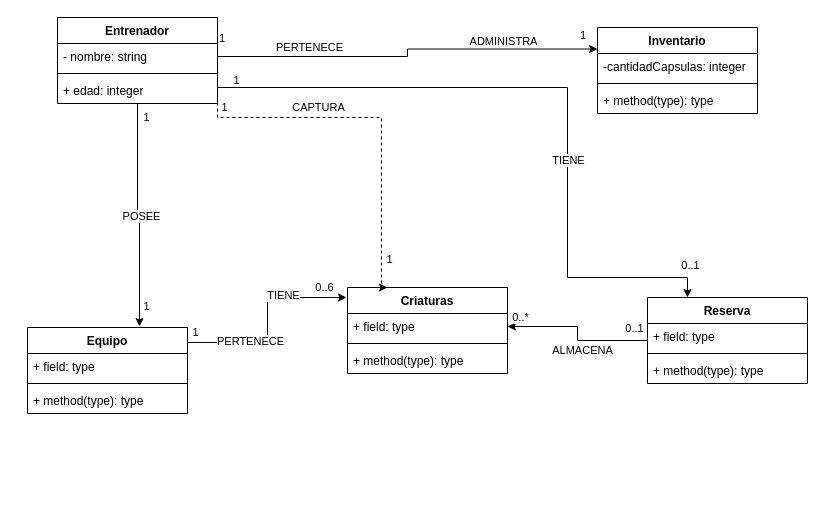
Earlier version of the draw.io diagram Doc/Diagrama Entrenador.drawio (patviez/poos-p13c3-VieraPatricio). Source tidied: cells renumbered, new cells numbered last; positions are measured from the earlier drawing's top-left corner, leaving out a move shared by most shapes. Both pictures are drawn from the tidied source at 100%, with x=0, y=0 at pixel (27, 17).
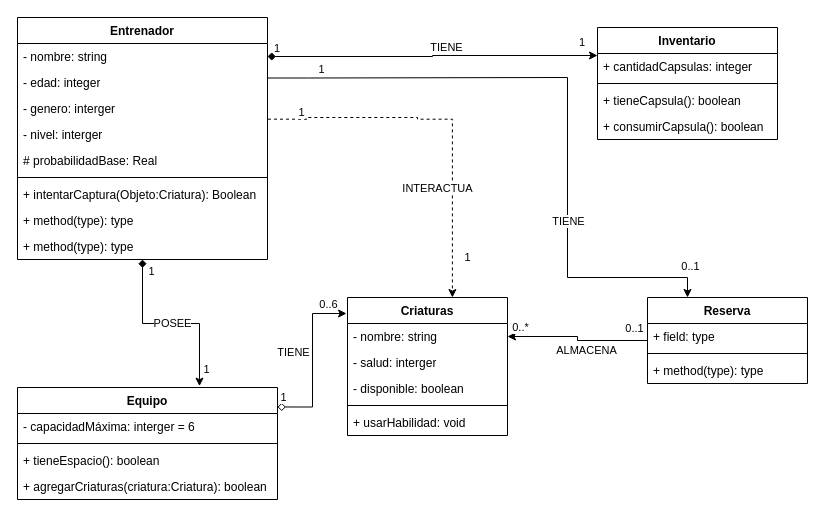
After the change.

Commit message:
subiendo diagrama draw

Unchanged cells that the change refers to:
```xml
<mxCell id="22" value="Reserva" style="swimlane;fontStyle=1;align=center;verticalAlign=top;horizontal=1;startSize=26;whiteSpace=wrap;html=1;" parent="1" vertex="1">
  <mxGeometry x="620" y="280" width="160" height="86" as="geometry" />
</mxCell>
```

The edit, as a diff of the source:
```diff
@@
-    <mxCell id="2" style="edgeStyle=orthogonalEdgeStyle;rounded=0;jettySize=auto;html=1;exitX=1;exitY=0.75;exitDx=0;exitDy=0;entryX=0.25;entryY=0;entryDx=0;entryDy=0;" parent="1" edge="1" source="6" target="22">
+    <mxCell id="2" style="edgeStyle=orthogonalEdgeStyle;rounded=0;jettySize=auto;html=1;exitX=1;exitY=0.25;exitDx=0;exitDy=0;entryX=0.25;entryY=0;entryDx=0;entryDy=0;" parent="1" edge="1" source="6" target="22">
       <mxGeometry relative="1" as="geometry">
         <Array as="points">
-          <mxPoint x="190" y="70" />
-          <mxPoint x="540" y="70" />
+          <mxPoint x="280" y="60.5" />
+          <mxPoint x="540" y="60" />
           <mxPoint x="540" y="260" />
           <mxPoint x="660" y="260" />
         </Array>
       </mxGeometry>
     </mxCell>
@@
+    <mxCell id="5" value="TIENE" style="edgeLabel;html=1;align=center;verticalAlign=middle;" parent="2" vertex="1">
+      <mxGeometry x="0.25" relative="1" as="geometry">
+        <mxPoint y="44" as="offset" />
+      </mxGeometry>
+    </mxCell>
     <mxCell id="4" value="1" style="edgeLabel;html=1;align=center;verticalAlign=middle;" parent="2" vertex="1">
-      <mxGeometry x="-0.93" relative="1" as="geometry">
-        <mxPoint y="-8" as="offset" />
+      <mxGeometry x="-0.83" y="3" relative="1" as="geometry">
+        <mxPoint y="-6" as="offset" />
       </mxGeometry>
     </mxCell>
-    <mxCell id="5" value="TIENE" style="edgeLabel;html=1;align=center;verticalAlign=middle;" parent="2" vertex="1">
-      <mxGeometry x="0.25" relative="1" as="geometry" />
-    </mxCell>
     <mxCell id="6" value="Entrenador" style="swimlane;fontStyle=1;align=center;verticalAlign=top;horizontal=1;startSize=26;whiteSpace=wrap;html=1;" parent="1" vertex="1">
-      <mxGeometry x="30" width="160" height="86" as="geometry" />
+      <mxGeometry x="-10" width="250" height="242" as="geometry" />
     </mxCell>
     <mxCell id="7" value="- nombre: string" style="text;strokeColor=none;fillColor=none;align=left;verticalAlign=top;spacingLeft=4;spacingRight=4;overflow=hidden;points=[[0,0.5],[1,0.5]];portConstraint=eastwest;whiteSpace=wrap;html=1;" parent="6" vertex="1">
-      <mxGeometry y="26" width="160" height="26" as="geometry" />
+      <mxGeometry y="26" width="250" height="26" as="geometry" />
     </mxCell>
+    <mxCell id="9" value="- edad: integer" style="text;strokeColor=none;fillColor=none;align=left;verticalAlign=top;spacingLeft=4;spacingRight=4;overflow=hidden;points=[[0,0.5],[1,0.5]];portConstraint=eastwest;whiteSpace=wrap;html=1;" parent="6" vertex="1">
+      <mxGeometry y="52" width="250" height="26" as="geometry" />
+    </mxCell>
+    <mxCell id="48" value="- genero: interger" style="text;strokeColor=none;fillColor=none;align=left;verticalAlign=top;spacingLeft=4;spacingRight=4;overflow=hidden;points=[[0,0.5],[1,0.5]];portConstraint=eastwest;whiteSpace=wrap;html=1;" parent="6" vertex="1">
+      <mxGeometry y="78" width="250" height="26" as="geometry" />
+    </mxCell>
+    <mxCell id="49" value="- nivel: interger" style="text;strokeColor=none;fillColor=none;align=left;verticalAlign=top;spacingLeft=4;spacingRight=4;overflow=hidden;whiteSpace=wrap;html=1;" parent="6" vertex="1">
+      <mxGeometry y="104" width="250" height="26" as="geometry" />
+    </mxCell>
+    <mxCell id="50" value="# probabilidadBase: Real" style="text;strokeColor=none;fillColor=none;align=left;verticalAlign=top;spacingLeft=4;spacingRight=4;overflow=hidden;whiteSpace=wrap;html=1;" parent="6" vertex="1">
+      <mxGeometry y="130" width="250" height="26" as="geometry" />
+    </mxCell>
     <mxCell id="8" style="line;strokeWidth=1;fillColor=none;align=left;verticalAlign=middle;spacingTop=-1;spacingLeft=3;spacingRight=3;labelPosition=right;strokeColor=inherit;" parent="6" vertex="1">
-      <mxGeometry y="52" width="160" height="8" as="geometry" />
+      <mxGeometry y="156" width="250" height="8" as="geometry" />
     </mxCell>
-    <mxCell id="9" value="+ edad: integer" style="text;strokeColor=none;fillColor=none;align=left;verticalAlign=top;spacingLeft=4;spacingRight=4;overflow=hidden;points=[[0,0.5],[1,0.5]];portConstraint=eastwest;whiteSpace=wrap;html=1;" parent="6" vertex="1">
-      <mxGeometry y="60" width="160" height="26" as="geometry" />
-    </mxCell>
+    <mxCell id="51" value="+ intentarCaptura(Objeto:Criatura): Boolean" style="text;strokeColor=none;fillColor=none;align=left;verticalAlign=top;spacingLeft=4;spacingRight=4;overflow=hidden;whiteSpace=wrap;html=1;" parent="6" vertex="1">
+      <mxGeometry y="164" width="250" height="26" as="geometry" />
+    </mxCell>
+    <mxCell id="52" value="+ method(type): type" style="text;strokeColor=none;fillColor=none;align=left;verticalAlign=top;spacingLeft=4;spacingRight=4;overflow=hidden;whiteSpace=wrap;html=1;" parent="6" vertex="1">
+      <mxGeometry y="190" width="250" height="26" as="geometry" />
+    </mxCell>
+    <mxCell id="53" value="+ method(type): type" style="text;strokeColor=none;fillColor=none;align=left;verticalAlign=top;spacingLeft=4;spacingRight=4;overflow=hidden;whiteSpace=wrap;html=1;" parent="6" vertex="1">
+      <mxGeometry y="216" width="250" height="26" as="geometry" />
+    </mxCell>
     <mxCell id="10" value="Inventario" style="swimlane;fontStyle=1;align=center;verticalAlign=top;horizontal=1;startSize=26;whiteSpace=wrap;html=1;" parent="1" vertex="1">
-      <mxGeometry x="570" y="10" width="160" height="86" as="geometry" />
+      <mxGeometry x="570" y="10" width="180" height="112" as="geometry" />
     </mxCell>
-    <mxCell id="11" value="-cantidadCapsulas: integer" style="text;strokeColor=none;fillColor=none;align=left;verticalAlign=top;spacingLeft=4;spacingRight=4;overflow=hidden;whiteSpace=wrap;html=1;" parent="10" vertex="1">
-      <mxGeometry y="26" width="160" height="26" as="geometry" />
+    <mxCell id="11" value="+ cantidadCapsulas: integer" style="text;strokeColor=none;fillColor=none;align=left;verticalAlign=top;spacingLeft=4;spacingRight=4;overflow=hidden;whiteSpace=wrap;html=1;" parent="10" vertex="1">
+      <mxGeometry y="26" width="180" height="26" as="geometry" />
     </mxCell>
     <mxCell id="12" style="line;strokeWidth=1;fillColor=none;align=left;verticalAlign=middle;spacingTop=-1;spacingLeft=3;spacingRight=3;labelPosition=right;strokeColor=inherit;" parent="10" vertex="1">
-      <mxGeometry y="52" width="160" height="8" as="geometry" />
+      <mxGeometry y="52" width="180" height="8" as="geometry" />
     </mxCell>
+    <mxCell id="54" value="+ tieneCapsula(): boolean" style="text;strokeColor=none;fillColor=none;align=left;verticalAlign=top;spacingLeft=4;spacingRight=4;overflow=hidden;whiteSpace=wrap;html=1;" parent="10" vertex="1">
+      <mxGeometry y="60" width="180" height="26" as="geometry" />
+    </mxCell>
-    <mxCell id="13" value="+ method(type): type" style="text;strokeColor=none;fillColor=none;align=left;verticalAlign=top;spacingLeft=4;spacingRight=4;overflow=hidden;whiteSpace=wrap;html=1;" parent="10" vertex="1">
-      <mxGeometry y="60" width="160" height="26" as="geometry" />
+    <mxCell id="13" value="+ consumirCapsula(): boolean" style="text;strokeColor=none;fillColor=none;align=left;verticalAlign=top;spacingLeft=4;spacingRight=4;overflow=hidden;whiteSpace=wrap;html=1;" parent="10" vertex="1">
+      <mxGeometry y="86" width="180" height="26" as="geometry" />
     </mxCell>
     <mxCell id="14" value="Equipo" style="swimlane;fontStyle=1;align=center;verticalAlign=top;horizontal=1;startSize=26;whiteSpace=wrap;html=1;" parent="1" vertex="1">
-      <mxGeometry y="310" width="160" height="86" as="geometry" />
+      <mxGeometry x="-10" y="370" width="260" height="112" as="geometry" />
     </mxCell>
-    <mxCell id="15" value="+ field: type" style="text;strokeColor=none;fillColor=none;align=left;verticalAlign=top;spacingLeft=4;spacingRight=4;overflow=hidden;whiteSpace=wrap;html=1;" parent="14" vertex="1">
-      <mxGeometry y="26" width="160" height="26" as="geometry" />
+    <mxCell id="15" value="- capacidadMáxima: interger = 6" style="text;strokeColor=none;fillColor=none;align=left;verticalAlign=top;spacingLeft=4;spacingRight=4;overflow=hidden;whiteSpace=wrap;html=1;" parent="14" vertex="1">
+      <mxGeometry y="26" width="260" height="26" as="geometry" />
     </mxCell>
     <mxCell id="16" style="line;strokeWidth=1;fillColor=none;align=left;verticalAlign=middle;spacingTop=-1;spacingLeft=3;spacingRight=3;labelPosition=right;strokeColor=inherit;" parent="14" vertex="1">
-      <mxGeometry y="52" width="160" height="8" as="geometry" />
+      <mxGeometry y="52" width="260" height="8" as="geometry" />
     </mxCell>
+    <mxCell id="55" value="+ tieneEspacio(): boolean" style="text;strokeColor=none;fillColor=none;align=left;verticalAlign=top;spacingLeft=4;spacingRight=4;overflow=hidden;whiteSpace=wrap;html=1;" parent="14" vertex="1">
+      <mxGeometry y="60" width="260" height="26" as="geometry" />
+    </mxCell>
-    <mxCell id="17" value="+ method(type): type" style="text;strokeColor=none;fillColor=none;align=left;verticalAlign=top;spacingLeft=4;spacingRight=4;overflow=hidden;whiteSpace=wrap;html=1;" parent="14" vertex="1">
-      <mxGeometry y="60" width="160" height="26" as="geometry" />
+    <mxCell id="17" value="+ agregarCriaturas(criatura:Criatura): boolean" style="text;strokeColor=none;fillColor=none;align=left;verticalAlign=top;spacingLeft=4;spacingRight=4;overflow=hidden;whiteSpace=wrap;html=1;" parent="14" vertex="1">
+      <mxGeometry y="86" width="260" height="26" as="geometry" />
     </mxCell>
@@
     <mxCell id="26" value="Criaturas" style="swimlane;fontStyle=1;align=center;verticalAlign=top;horizontal=1;startSize=26;whiteSpace=wrap;html=1;" parent="1" vertex="1">
-      <mxGeometry x="320" y="270" width="160" height="86" as="geometry" />
+      <mxGeometry x="320" y="280" width="160" height="138" as="geometry" />
     </mxCell>
-    <mxCell id="27" value="+ field: type" style="text;strokeColor=none;fillColor=none;align=left;verticalAlign=top;spacingLeft=4;spacingRight=4;overflow=hidden;points=[[0,0.5],[1,0.5]];portConstraint=eastwest;whiteSpace=wrap;html=1;" parent="26" vertex="1">
+    <mxCell id="27" value="- nombre: string" style="text;strokeColor=none;fillColor=none;align=left;verticalAlign=top;spacingLeft=4;spacingRight=4;overflow=hidden;points=[[0,0.5],[1,0.5]];portConstraint=eastwest;whiteSpace=wrap;html=1;" parent="26" vertex="1">
       <mxGeometry y="26" width="160" height="26" as="geometry" />
     </mxCell>
+    <mxCell id="56" value="- salud: interger" style="text;strokeColor=none;fillColor=none;align=left;verticalAlign=top;spacingLeft=4;spacingRight=4;overflow=hidden;whiteSpace=wrap;html=1;" parent="26" vertex="1">
+      <mxGeometry y="52" width="160" height="26" as="geometry" />
+    </mxCell>
+    <mxCell id="57" value="- disponible: boolean" style="text;strokeColor=none;fillColor=none;align=left;verticalAlign=top;spacingLeft=4;spacingRight=4;overflow=hidden;whiteSpace=wrap;html=1;" parent="26" vertex="1">
+      <mxGeometry y="78" width="160" height="26" as="geometry" />
+    </mxCell>
     <mxCell id="28" style="line;strokeWidth=1;fillColor=none;align=left;verticalAlign=middle;spacingTop=-1;spacingLeft=3;spacingRight=3;labelPosition=right;strokeColor=inherit;" parent="26" vertex="1">
-      <mxGeometry y="52" width="160" height="8" as="geometry" />
+      <mxGeometry y="104" width="160" height="8" as="geometry" />
     </mxCell>
-    <mxCell id="29" value="+ method(type): type" style="text;strokeColor=none;fillColor=none;align=left;verticalAlign=top;spacingLeft=4;spacingRight=4;overflow=hidden;whiteSpace=wrap;html=1;" parent="26" vertex="1">
-      <mxGeometry y="60" width="160" height="26" as="geometry" />
+    <mxCell id="29" value="+ usarHabilidad: void" style="text;strokeColor=none;fillColor=none;align=left;verticalAlign=top;spacingLeft=4;spacingRight=4;overflow=hidden;whiteSpace=wrap;html=1;" parent="26" vertex="1">
+      <mxGeometry y="112" width="160" height="26" as="geometry" />
     </mxCell>
-    <mxCell id="30" style="endArrow=classic;html=1;edgeStyle=orthogonalEdgeStyle;rounded=0;endFill=1;entryX=0;entryY=0.25;entryDx=0;entryDy=0;exitX=1;exitY=0.5;exitDx=0;exitDy=0;" parent="1" edge="1" source="7" target="10">
+    <mxCell id="30" style="endArrow=classic;html=1;edgeStyle=orthogonalEdgeStyle;rounded=0;endFill=1;entryX=0;entryY=0.25;entryDx=0;entryDy=0;exitX=1;exitY=0.5;exitDx=0;exitDy=0;startArrow=diamond;startFill=1;" parent="1" edge="1" source="7" target="10">
       <mxGeometry relative="1" as="geometry" />
     </mxCell>
     <mxCell id="31" value="1" style="edgeLabel;html=1;align=left;verticalAlign=bottom;" parent="30" vertex="1">
       <mxGeometry x="-1" relative="1" as="geometry">
-        <mxPoint y="-10" as="offset" />
+        <mxPoint x="5" as="offset" />
       </mxGeometry>
     </mxCell>
@@
-    <mxCell id="33" value="PERTENECE" style="edgeLabel;html=1;align=center;verticalAlign=middle;" parent="30" vertex="1">
+    <mxCell id="33" value="TIENE" style="edgeLabel;html=1;align=center;verticalAlign=middle;" parent="30" vertex="1">
       <mxGeometry x="-0.51" y="5" relative="1" as="geometry">
-        <mxPoint x="-4" y="-5" as="offset" />
+        <mxPoint x="97" y="-5" as="offset" />
       </mxGeometry>
     </mxCell>
-    <mxCell id="34" value="ADMINISTRA" style="edgeLabel;html=1;align=center;verticalAlign=middle;" parent="30" vertex="1">
-      <mxGeometry x="0.51" y="8" relative="1" as="geometry" />
-    </mxCell>
-    <mxCell id="35" style="endArrow=classic;html=1;edgeStyle=orthogonalEdgeStyle;rounded=0;entryX=-0.006;entryY=0.116;entryDx=0;entryDy=0;entryPerimeter=0;exitX=1;exitY=0.174;exitDx=0;exitDy=0;exitPerimeter=0;endFill=1;" parent="1" edge="1" source="14" target="26">
+    <mxCell id="35" style="endArrow=classic;html=1;edgeStyle=orthogonalEdgeStyle;rounded=0;entryX=-0.006;entryY=0.116;entryDx=0;entryDy=0;entryPerimeter=0;exitX=1;exitY=0.174;exitDx=0;exitDy=0;exitPerimeter=0;endFill=1;startArrow=diamond;startFill=0;" parent="1" edge="1" source="14" target="26">
       <mxGeometry relative="1" as="geometry" />
     </mxCell>
@@
     <mxCell id="38" value="TIENE" style="edgeLabel;html=1;align=center;verticalAlign=middle;" parent="35" vertex="1">
-      <mxGeometry x="0.38" y="2" relative="1" as="geometry" />
+      <mxGeometry x="0.38" y="2" relative="1" as="geometry">
+        <mxPoint x="-18" y="22" as="offset" />
+      </mxGeometry>
     </mxCell>
-    <mxCell id="39" value="PERTENECE" style="edgeLabel;html=1;align=center;verticalAlign=middle;" parent="35" vertex="1">
-      <mxGeometry x="-0.39" y="1" relative="1" as="geometry" />
-    </mxCell>
-    <mxCell id="40" style="edgeStyle=orthogonalEdgeStyle;rounded=0;jettySize=auto;html=1;exitX=1;exitY=0.5;exitDx=0;exitDy=0;entryX=0.25;entryY=0;entryDx=0;entryDy=0;dashed=1;" parent="1" edge="1" source="9" target="26">
+    <mxCell id="40" style="edgeStyle=orthogonalEdgeStyle;rounded=0;jettySize=auto;html=1;dashed=1;exitX=1.002;exitY=0.91;exitDx=0;exitDy=0;exitPerimeter=0;" parent="1" edge="1" source="48">
       <mxGeometry relative="1" as="geometry">
+        <mxPoint x="424.9" y="280" as="targetPoint" />
         <Array as="points">
-          <mxPoint x="190" y="100" />
-          <mxPoint x="354" y="100" />
+          <mxPoint x="280" y="101.7" />
+          <mxPoint x="280" y="100" />
+          <mxPoint x="390" y="100" />
+          <mxPoint x="390" y="101.7" />
+          <mxPoint x="424.9" y="101.7" />
         </Array>
       </mxGeometry>
     </mxCell>
-    <mxCell id="41" value="CAPTURA" style="edgeLabel;html=1;align=center;verticalAlign=middle;" parent="40" vertex="1">
+    <mxCell id="41" value="INTERACTUA" style="edgeLabel;html=1;align=center;verticalAlign=middle;" parent="40" vertex="1">
       <mxGeometry x="-0.36" y="3" relative="1" as="geometry">
-        <mxPoint x="10" y="-8" as="offset" />
+        <mxPoint x="54" y="73" as="offset" />
       </mxGeometry>
     </mxCell>
     <mxCell id="42" value="1" style="edgeLabel;html=1;align=center;verticalAlign=middle;" parent="40" vertex="1">
       <mxGeometry x="-0.87" y="1" relative="1" as="geometry">
-        <mxPoint x="5" y="-8" as="offset" />
+        <mxPoint x="9" y="-6" as="offset" />
       </mxGeometry>
     </mxCell>
     <mxCell id="43" value="1" style="edgeLabel;html=1;align=center;verticalAlign=middle;" parent="40" vertex="1">
       <mxGeometry x="0.81" y="-1" relative="1" as="geometry">
-        <mxPoint x="8" as="offset" />
+        <mxPoint x="16" y="-5" as="offset" />
       </mxGeometry>
     </mxCell>
-    <mxCell id="44" style="edgeStyle=orthogonalEdgeStyle;rounded=0;jettySize=auto;html=1;exitX=0.5;exitY=1;exitDx=0;exitDy=0;entryX=0.7;entryY=-0.012;entryDx=0;entryDy=0;entryPerimeter=0;" parent="1" edge="1" source="6" target="14">
+    <mxCell id="44" style="edgeStyle=orthogonalEdgeStyle;rounded=0;jettySize=auto;html=1;exitX=0.5;exitY=1;exitDx=0;exitDy=0;entryX=0.7;entryY=-0.012;entryDx=0;entryDy=0;entryPerimeter=0;endArrow=classic;endFill=1;startArrow=diamond;startFill=1;" parent="1" edge="1" source="6" target="14">
       <mxGeometry relative="1" as="geometry" />
     </mxCell>
```
